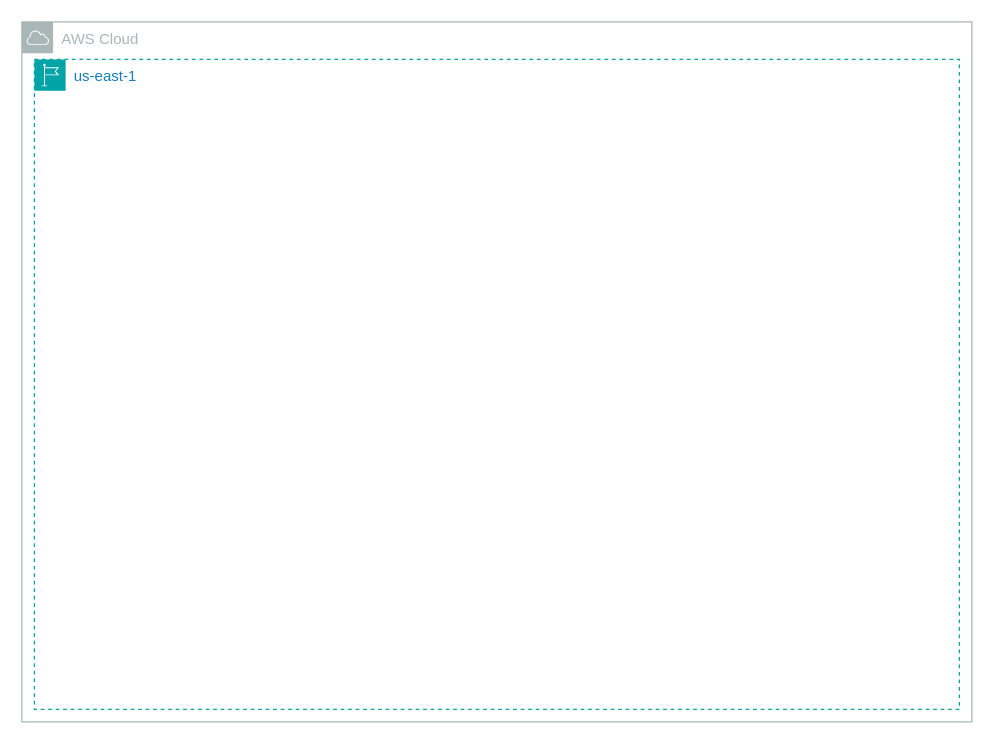
This is scrapbook/aws_init.drawio from rahulkumar-aws/mastering-cloud-with-terraform, a draw.io file, before an edit. Source tidied: cells renumbered, new cells numbered last; positions are measured from the earlier drawing's top-left corner, leaving out a move shared by most shapes. Both pictures are drawn from the tidied source at 125%, with x=0, y=0 at pixel (21, 21).
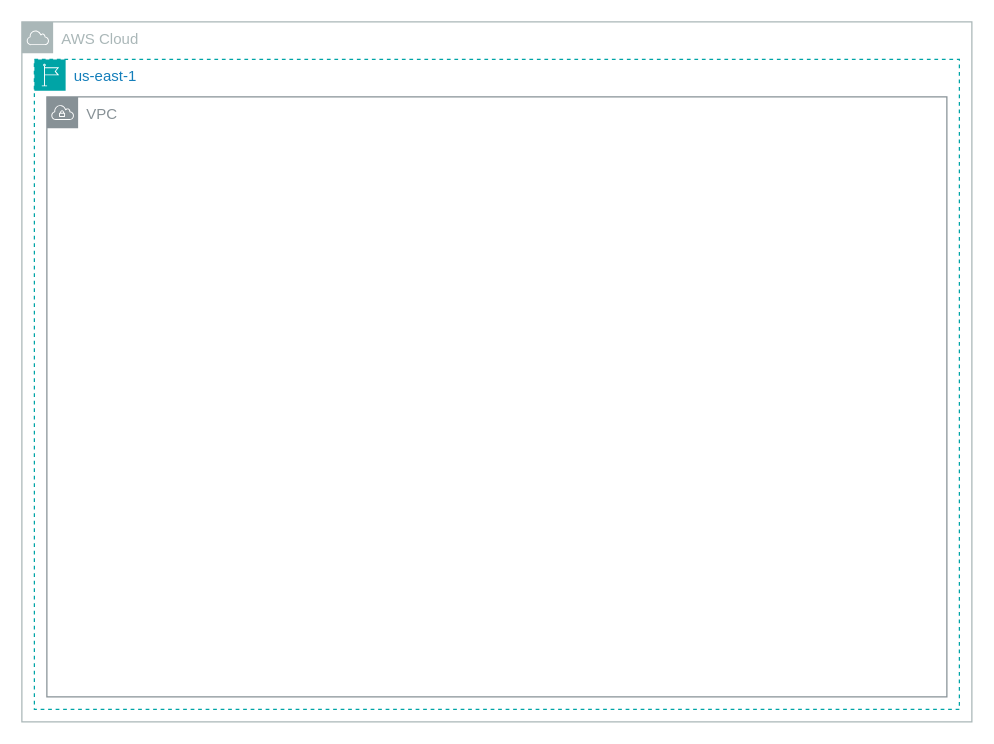
Above is the later version.

What changed in the source:
```diff
@@
 <mxGraphModel>
   <root>
     <mxCell id="0" />
     <mxCell id="1" parent="0" />
     <mxCell id="2" value="AWS Cloud" style="sketch=0;gradientColor=none;html=1;whiteSpace=wrap;fontSize=12;fontStyle=0;shape=mxgraph.aws4.group;grIcon=mxgraph.aws4.group_aws_cloud;strokeColor=#AAB7B8;fillColor=none;verticalAlign=top;align=left;spacingLeft=30;fontColor=#AAB7B8;dashed=0;" parent="1" vertex="1">
       <mxGeometry width="760" height="560" as="geometry" />
     </mxCell>
     <mxCell id="3" value="us-east-1" style="gradientColor=none;html=1;whiteSpace=wrap;fontSize=12;fontStyle=0;shape=mxgraph.aws4.group;grIcon=mxgraph.aws4.group_region;strokeColor=#00A4A6;fillColor=none;verticalAlign=top;align=left;spacingLeft=30;fontColor=#147EBA;dashed=1;" parent="1" vertex="1">
       <mxGeometry x="10" y="30" width="740" height="520" as="geometry" />
     </mxCell>
+    <mxCell id="4" value="VPC" style="sketch=0;gradientColor=none;html=1;whiteSpace=wrap;fontSize=12;fontStyle=0;shape=mxgraph.aws4.group;grIcon=mxgraph.aws4.group_vpc;strokeColor=#879196;fillColor=none;verticalAlign=top;align=left;spacingLeft=30;fontColor=#879196;dashed=0;" parent="1" vertex="1">
+      <mxGeometry x="20" y="60" width="720" height="480" as="geometry" />
+    </mxCell>
   </root>
 </mxGraphModel>
```
